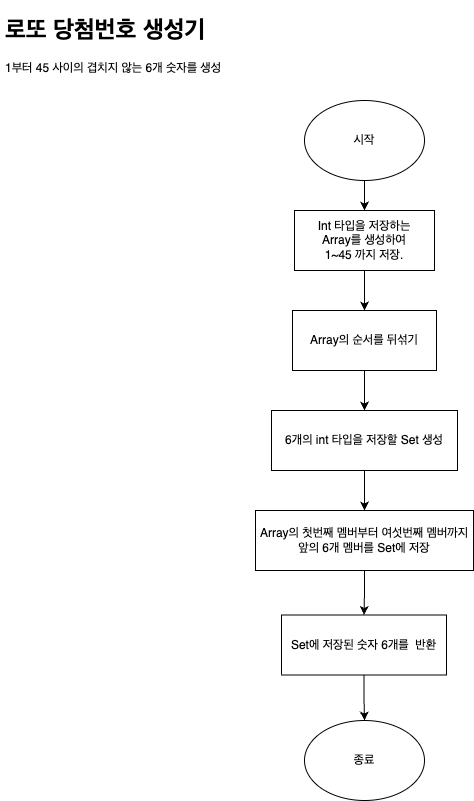
yagom-academy/swift-starter-Round2 keeps this draw.io diagram as CodeStarterCamp_Week2/FlowChart/Lotto-flow.png. Above is the earlier version. Source tidied: cells renumbered, new cells last; positions are measured from the earlier drawing's top-left corner, leaving out a move shared by most shapes. The source it was exported from:
```xml
<mxGraphModel>
  <root>
    <mxCell id="0" />
    <mxCell id="1" parent="0" />
    <mxCell id="2" style="edgeStyle=orthogonalEdgeStyle;rounded=0;jettySize=auto;html=1;" parent="1" edge="1" source="3" target="6">
      <mxGeometry relative="1" as="geometry" />
    </mxCell>
    <mxCell id="3" value="시작" style="ellipse;whiteSpace=wrap;html=1;" parent="1" vertex="1">
      <mxGeometry x="304" y="90" width="120" height="80" as="geometry" />
    </mxCell>
    <mxCell id="4" value="&lt;h1&gt;로또 당첨번호 생성기&lt;/h1&gt;&lt;p&gt;1부터 45 사이의 겹치지 않는 6개 숫자를 생성&lt;/p&gt;" style="text;html=1;strokeColor=none;fillColor=none;spacing=5;spacingTop=-20;whiteSpace=wrap;overflow=hidden;rounded=0;" parent="1" vertex="1">
      <mxGeometry width="240" height="80" as="geometry" />
    </mxCell>
    <mxCell id="5" style="edgeStyle=orthogonalEdgeStyle;rounded=0;jettySize=auto;html=1;" parent="1" edge="1" source="6" target="8">
      <mxGeometry relative="1" as="geometry" />
    </mxCell>
    <mxCell id="6" value="Int 타입을 저장하는 &lt;br&gt;Array를 생성하여 &lt;br&gt;1~45 까지 저장." style="rounded=0;whiteSpace=wrap;html=1;" parent="1" vertex="1">
      <mxGeometry x="294" y="200" width="140" height="60" as="geometry" />
    </mxCell>
    <mxCell id="7" style="edgeStyle=orthogonalEdgeStyle;rounded=0;jettySize=auto;html=1;" parent="1" edge="1" source="8" target="12">
      <mxGeometry relative="1" as="geometry" />
    </mxCell>
    <mxCell id="8" value="Array의 순서를 뒤섞기" style="rounded=0;whiteSpace=wrap;html=1;" parent="1" vertex="1">
      <mxGeometry x="292" y="300" width="144" height="60" as="geometry" />
    </mxCell>
    <mxCell id="9" style="edgeStyle=orthogonalEdgeStyle;rounded=0;jettySize=auto;html=1;" parent="1" edge="1" source="10" target="14">
      <mxGeometry relative="1" as="geometry" />
    </mxCell>
    <mxCell id="10" value="Array의 첫번째 멤버부터 여섯번째 멤버까지 &lt;br&gt;앞의 6개 멤버를 Set에 저장" style="rounded=0;whiteSpace=wrap;html=1;" parent="1" vertex="1">
      <mxGeometry x="255" y="500" width="218" height="60" as="geometry" />
    </mxCell>
    <mxCell id="11" style="edgeStyle=orthogonalEdgeStyle;rounded=0;jettySize=auto;html=1;" parent="1" edge="1" source="12" target="10">
      <mxGeometry relative="1" as="geometry" />
    </mxCell>
    <mxCell id="12" value="6개의 int 타입을 저장할 Set 생성" style="rounded=0;whiteSpace=wrap;html=1;" parent="1" vertex="1">
      <mxGeometry x="271" y="400" width="186" height="60" as="geometry" />
    </mxCell>
    <mxCell id="13" style="edgeStyle=orthogonalEdgeStyle;rounded=0;jettySize=auto;html=1;" parent="1" edge="1" source="14" target="15">
      <mxGeometry relative="1" as="geometry" />
    </mxCell>
    <mxCell id="14" value="Set에 저장된 숫자 6개를&amp;nbsp; 반환" style="rounded=0;whiteSpace=wrap;html=1;" parent="1" vertex="1">
      <mxGeometry x="281" y="604.5" width="165" height="60" as="geometry" />
    </mxCell>
    <mxCell id="15" value="종료" style="ellipse;whiteSpace=wrap;html=1;" parent="1" vertex="1">
      <mxGeometry x="304" y="710" width="120" height="80" as="geometry" />
    </mxCell>
  </root>
</mxGraphModel>
```
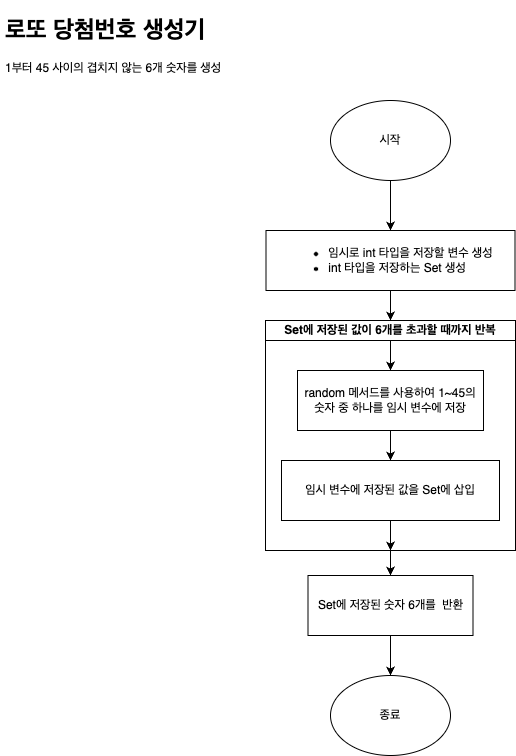
After the commit.

Commit message:
docs: 로또 번호 생성기 순서도 수정

기존 순서도는 난수 생성에 적합하지 않아, Int random()을 사용하는 방법으로 순서도 수정

What changed in the source:
```diff
@@ -6,43 +6,52 @@
       <mxGeometry relative="1" as="geometry" />
     </mxCell>
     <mxCell id="3" value="시작" style="ellipse;whiteSpace=wrap;html=1;" parent="1" vertex="1">
-      <mxGeometry x="304" y="90" width="120" height="80" as="geometry" />
+      <mxGeometry x="330" y="90" width="120" height="80" as="geometry" />
     </mxCell>
     <mxCell id="4" value="&lt;h1&gt;로또 당첨번호 생성기&lt;/h1&gt;&lt;p&gt;1부터 45 사이의 겹치지 않는 6개 숫자를 생성&lt;/p&gt;" style="text;html=1;strokeColor=none;fillColor=none;spacing=5;spacingTop=-20;whiteSpace=wrap;overflow=hidden;rounded=0;" parent="1" vertex="1">
       <mxGeometry width="240" height="80" as="geometry" />
     </mxCell>
-    <mxCell id="5" style="edgeStyle=orthogonalEdgeStyle;rounded=0;jettySize=auto;html=1;" parent="1" edge="1" source="6" target="8">
+    <mxCell id="5" style="edgeStyle=orthogonalEdgeStyle;rounded=0;jettySize=auto;html=1;entryX=0.5;entryY=0;entryDx=0;entryDy=0;" parent="1" edge="1" source="6" target="17">
       <mxGeometry relative="1" as="geometry" />
     </mxCell>
-    <mxCell id="6" value="Int 타입을 저장하는 &lt;br&gt;Array를 생성하여 &lt;br&gt;1~45 까지 저장." style="rounded=0;whiteSpace=wrap;html=1;" parent="1" vertex="1">
-      <mxGeometry x="294" y="200" width="140" height="60" as="geometry" />
+    <mxCell id="6" value="&lt;ul&gt;&lt;li style=&quot;text-align: left;&quot;&gt;임시로 int 타입을 저장할 변수 생성&lt;/li&gt;&lt;li style=&quot;text-align: left;&quot;&gt;int 타입을 저장하는 Set 생성&lt;br&gt;&lt;/li&gt;&lt;/ul&gt;" style="rounded=0;whiteSpace=wrap;html=1;" parent="1" vertex="1">
+      <mxGeometry x="265.5" y="220" width="249" height="60" as="geometry" />
     </mxCell>
-    <mxCell id="7" style="edgeStyle=orthogonalEdgeStyle;rounded=0;jettySize=auto;html=1;" parent="1" edge="1" source="8" target="12">
-      <mxGeometry relative="1" as="geometry" />
-    </mxCell>
-    <mxCell id="8" value="Array의 순서를 뒤섞기" style="rounded=0;whiteSpace=wrap;html=1;" parent="1" vertex="1">
-      <mxGeometry x="292" y="300" width="144" height="60" as="geometry" />
-    </mxCell>
-    <mxCell id="9" style="edgeStyle=orthogonalEdgeStyle;rounded=0;jettySize=auto;html=1;" parent="1" edge="1" source="10" target="14">
-      <mxGeometry relative="1" as="geometry" />
-    </mxCell>
-    <mxCell id="10" value="Array의 첫번째 멤버부터 여섯번째 멤버까지 &lt;br&gt;앞의 6개 멤버를 Set에 저장" style="rounded=0;whiteSpace=wrap;html=1;" parent="1" vertex="1">
-      <mxGeometry x="255" y="500" width="218" height="60" as="geometry" />
-    </mxCell>
-    <mxCell id="11" style="edgeStyle=orthogonalEdgeStyle;rounded=0;jettySize=auto;html=1;" parent="1" edge="1" source="12" target="10">
-      <mxGeometry relative="1" as="geometry" />
-    </mxCell>
-    <mxCell id="12" value="6개의 int 타입을 저장할 Set 생성" style="rounded=0;whiteSpace=wrap;html=1;" parent="1" vertex="1">
-      <mxGeometry x="271" y="400" width="186" height="60" as="geometry" />
-    </mxCell>
     <mxCell id="13" style="edgeStyle=orthogonalEdgeStyle;rounded=0;jettySize=auto;html=1;" parent="1" edge="1" source="14" target="15">
       <mxGeometry relative="1" as="geometry" />
     </mxCell>
     <mxCell id="14" value="Set에 저장된 숫자 6개를&amp;nbsp; 반환" style="rounded=0;whiteSpace=wrap;html=1;" parent="1" vertex="1">
-      <mxGeometry x="281" y="604.5" width="165" height="60" as="geometry" />
+      <mxGeometry x="307.5" y="565" width="165" height="60" as="geometry" />
     </mxCell>
     <mxCell id="15" value="종료" style="ellipse;whiteSpace=wrap;html=1;" parent="1" vertex="1">
-      <mxGeometry x="304" y="710" width="120" height="80" as="geometry" />
+      <mxGeometry x="330" y="665" width="120" height="80" as="geometry" />
     </mxCell>
+    <mxCell id="16" style="edgeStyle=orthogonalEdgeStyle;rounded=0;jettySize=auto;html=1;" parent="1" edge="1" source="17" target="14">
+      <mxGeometry relative="1" as="geometry" />
+    </mxCell>
+    <mxCell id="17" value="Set에 저장된 값이 6개를 초과할 때까지 반복" style="swimlane;whiteSpace=wrap;html=1;startSize=20;" parent="1" vertex="1">
+      <mxGeometry x="265" y="310" width="250" height="230" as="geometry" />
+    </mxCell>
+    <mxCell id="12" value="random 메서드를 사용하여 1~45의 숫자 중 하나를 임시 변수에 저장" style="rounded=0;whiteSpace=wrap;html=1;" parent="17" vertex="1">
+      <mxGeometry x="32" y="50" width="186" height="60" as="geometry" />
+    </mxCell>
+    <mxCell id="18" style="edgeStyle=orthogonalEdgeStyle;rounded=0;jettySize=auto;html=1;exitX=0.5;exitY=1;exitDx=0;exitDy=0;entryX=0.5;entryY=1;entryDx=0;entryDy=0;" parent="17" edge="1" source="10" target="17">
+      <mxGeometry relative="1" as="geometry" />
+    </mxCell>
+    <mxCell id="10" value="임시 변수에 저장된 값을 Set에 삽입" style="rounded=0;whiteSpace=wrap;html=1;" parent="17" vertex="1">
+      <mxGeometry x="16" y="140" width="218" height="60" as="geometry" />
+    </mxCell>
+    <mxCell id="11" style="edgeStyle=orthogonalEdgeStyle;rounded=0;jettySize=auto;html=1;entryX=0.5;entryY=0;entryDx=0;entryDy=0;" parent="17" edge="1" source="12" target="10">
+      <mxGeometry relative="1" as="geometry">
+        <Array as="points">
+          <mxPoint x="125" y="140" />
+        </Array>
+      </mxGeometry>
+    </mxCell>
+    <mxCell id="19" style="endArrow=classic;html=1;rounded=0;entryX=0.5;entryY=0;entryDx=0;entryDy=0;" parent="1" edge="1" target="12">
+      <mxGeometry relative="1" as="geometry">
+        <mxPoint x="390" y="330" as="sourcePoint" />
+      </mxGeometry>
+    </mxCell>
   </root>
 </mxGraphModel>
```
